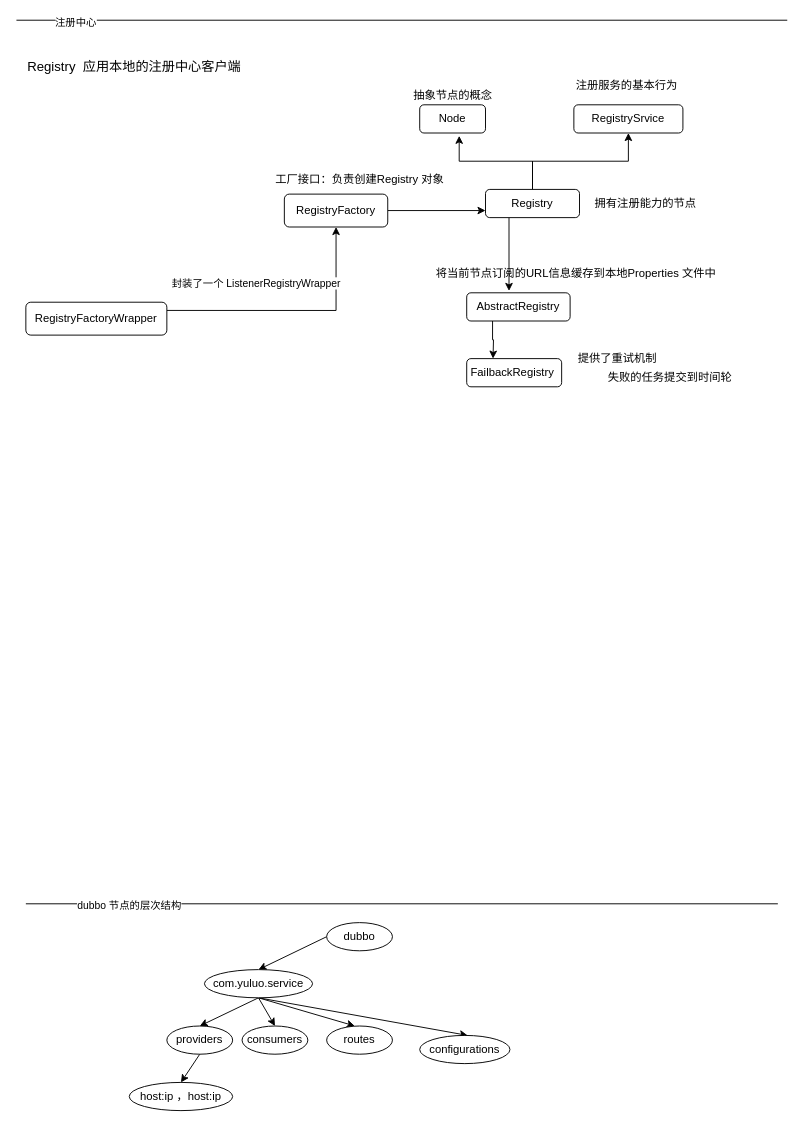
Earlier version of the draw.io diagram dubbo.drawio (topyuluo/photo-project). Source tidied: cells renumbered, new cells numbered last; positions are measured from the earlier drawing's top-left corner, leaving out a move shared by most shapes. Both pictures are drawn from the tidied source at 94%, with x=0, y=0 at pixel (16, 20).
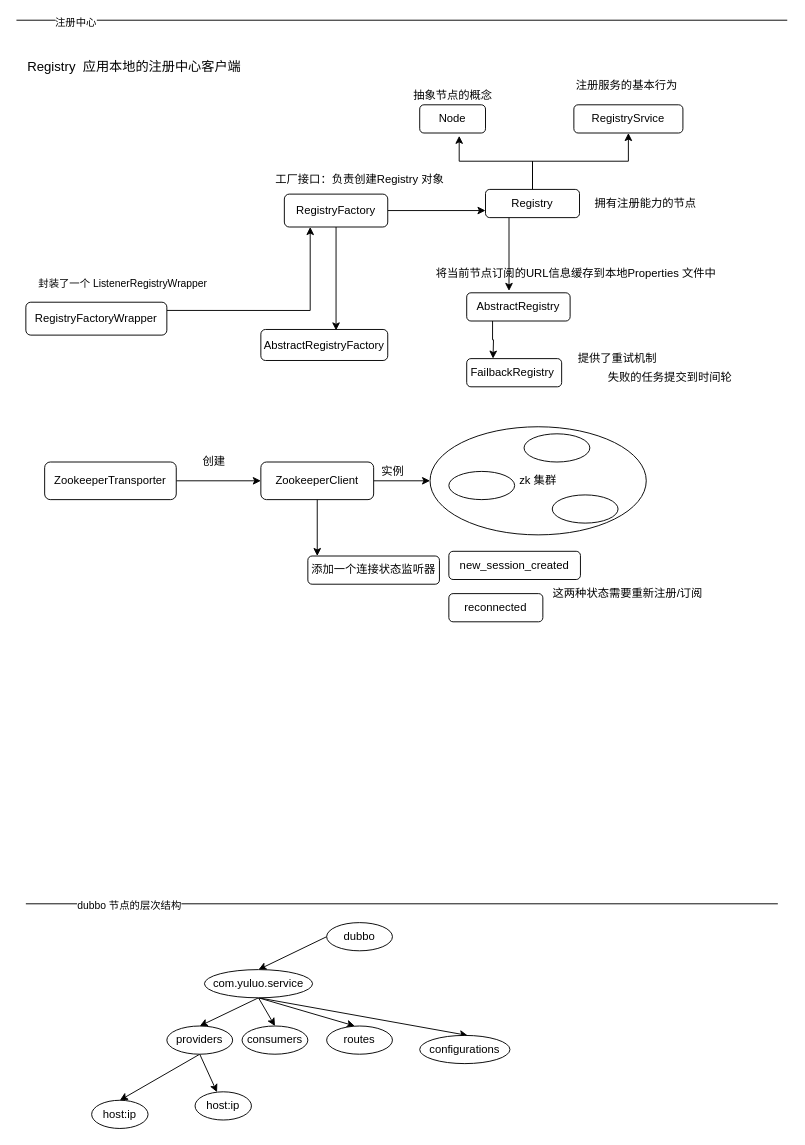
The same page after the edit.

Unchanged cells that the change refers to:
```xml
<mxCell id="15" value="RegistryFactory" style="rounded=1;whiteSpace=wrap;html=1;" parent="1" vertex="1">
  <mxGeometry x="285" y="185" width="110" height="35" as="geometry" />
</mxCell>
<mxCell id="19" value="RegistryFactoryWrapper" style="rounded=1;whiteSpace=wrap;html=1;" parent="1" vertex="1">
  <mxGeometry x="10" y="300" width="150" height="35" as="geometry" />
</mxCell>
<mxCell id="36" value="providers" style="ellipse;whiteSpace=wrap;html=1;" parent="1" vertex="1">
  <mxGeometry x="160" y="1070" width="70" height="30" as="geometry" />
</mxCell>
```

What changed in the source:
```diff
@@
+    <mxCell id="41" value="zk 集群" style="ellipse;whiteSpace=wrap;html=1;" parent="1" vertex="1">
+      <mxGeometry x="440" y="432.5" width="230" height="115" as="geometry" />
+    </mxCell>
@@
+    <mxCell id="42" style="edgeStyle=none;rounded=0;jettySize=auto;html=1;exitX=0.5;exitY=1;exitDx=0;exitDy=0;" parent="1" edge="1" source="15">
+      <mxGeometry relative="1" as="geometry">
+        <mxPoint x="340" y="330" as="targetPoint" />
+      </mxGeometry>
+    </mxCell>
@@
-    <mxCell id="17" style="edgeStyle=orthogonalEdgeStyle;rounded=0;jettySize=auto;html=1;exitX=1;exitY=0.25;exitDx=0;exitDy=0;entryX=0.5;entryY=1;entryDx=0;entryDy=0;" parent="1" edge="1" source="19" target="15">
+    <mxCell id="17" style="edgeStyle=orthogonalEdgeStyle;rounded=0;jettySize=auto;html=1;exitX=1;exitY=0.25;exitDx=0;exitDy=0;entryX=0.25;entryY=1;entryDx=0;entryDy=0;" parent="1" edge="1" source="19" target="15">
       <mxGeometry relative="1" as="geometry" />
     </mxCell>
     <mxCell id="18" value="封装了一个 ListenerRegistryWrapper" style="edgeLabel;html=1;align=center;verticalAlign=middle;" parent="17" vertex="1">
       <mxGeometry x="-0.11" y="1" relative="1" as="geometry">
-        <mxPoint x="-26" y="-28" as="offset" />
+        <mxPoint x="-155" y="-28" as="offset" />
       </mxGeometry>
     </mxCell>
@@
+    <mxCell id="43" style="edgeStyle=none;rounded=0;jettySize=auto;html=1;exitX=0.5;exitY=1;exitDx=0;exitDy=0;" parent="1" edge="1" source="36" target="59">
+      <mxGeometry relative="1" as="geometry" />
+    </mxCell>
@@
-    <mxCell id="38" value="host:ip ，host:ip" style="ellipse;whiteSpace=wrap;html=1;" parent="1" vertex="1">
-      <mxGeometry x="120" y="1130" width="110" height="30" as="geometry" />
+    <mxCell id="38" value="host:ip" style="ellipse;whiteSpace=wrap;html=1;" parent="1" vertex="1">
+      <mxGeometry x="80" y="1149" width="60" height="30" as="geometry" />
     </mxCell>
@@
+    <mxCell id="44" value="AbstractRegistryFactory" style="rounded=1;whiteSpace=wrap;html=1;" parent="1" vertex="1">
+      <mxGeometry x="260" y="329" width="135" height="33" as="geometry" />
+    </mxCell>
+    <mxCell id="45" style="edgeStyle=none;rounded=0;jettySize=auto;html=1;exitX=1;exitY=0.5;exitDx=0;exitDy=0;" parent="1" edge="1" source="46">
+      <mxGeometry relative="1" as="geometry">
+        <mxPoint x="260" y="490" as="targetPoint" />
+      </mxGeometry>
+    </mxCell>
+    <mxCell id="46" value="ZookeeperTransporter" style="rounded=1;whiteSpace=wrap;html=1;" parent="1" vertex="1">
+      <mxGeometry x="30" y="470" width="140" height="40" as="geometry" />
+    </mxCell>
+    <mxCell id="47" style="edgeStyle=none;rounded=0;jettySize=auto;html=1;exitX=1;exitY=0.5;exitDx=0;exitDy=0;" parent="1" edge="1" source="49">
+      <mxGeometry relative="1" as="geometry">
+        <mxPoint x="440" y="490" as="targetPoint" />
+      </mxGeometry>
+    </mxCell>
+    <mxCell id="48" style="edgeStyle=none;rounded=0;jettySize=auto;html=1;exitX=0.5;exitY=1;exitDx=0;exitDy=0;" parent="1" edge="1" source="49">
+      <mxGeometry relative="1" as="geometry">
+        <mxPoint x="320" y="570" as="targetPoint" />
+      </mxGeometry>
+    </mxCell>
+    <mxCell id="49" value="ZookeeperClient" style="rounded=1;whiteSpace=wrap;html=1;" parent="1" vertex="1">
+      <mxGeometry x="260" y="470" width="120" height="40" as="geometry" />
+    </mxCell>
+    <mxCell id="50" value="创建" style="text;html=1;align=center;verticalAlign=middle;strokeColor=none;" parent="1" vertex="1">
+      <mxGeometry x="190" y="460" width="40" height="20" as="geometry" />
+    </mxCell>
+    <mxCell id="51" value="实例" style="text;html=1;align=center;verticalAlign=middle;strokeColor=none;" parent="1" vertex="1">
+      <mxGeometry x="380" y="470" width="40" height="20" as="geometry" />
+    </mxCell>
+    <mxCell id="52" style="ellipse;whiteSpace=wrap;html=1;" parent="1" vertex="1">
+      <mxGeometry x="460" y="480" width="70" height="30" as="geometry" />
+    </mxCell>
+    <mxCell id="53" style="ellipse;whiteSpace=wrap;html=1;" parent="1" vertex="1">
+      <mxGeometry x="540" y="440" width="70" height="30" as="geometry" />
+    </mxCell>
+    <mxCell id="54" style="ellipse;whiteSpace=wrap;html=1;" parent="1" vertex="1">
+      <mxGeometry x="570" y="505" width="70" height="30" as="geometry" />
+    </mxCell>
+    <mxCell id="55" value="添加一个连接状态监听器" style="rounded=1;whiteSpace=wrap;html=1;" parent="1" vertex="1">
+      <mxGeometry x="310" y="570" width="140" height="30" as="geometry" />
+    </mxCell>
+    <mxCell id="56" value="reconnected" style="rounded=1;whiteSpace=wrap;html=1;" parent="1" vertex="1">
+      <mxGeometry x="460" y="610" width="100" height="30" as="geometry" />
+    </mxCell>
+    <mxCell id="57" value="new_session_created" style="rounded=1;whiteSpace=wrap;html=1;" parent="1" vertex="1">
+      <mxGeometry x="460" y="565" width="140" height="30" as="geometry" />
+    </mxCell>
+    <mxCell id="58" value="这两种状态需要重新注册/订阅" style="text;html=1;align=center;verticalAlign=middle;strokeColor=none;" parent="1" vertex="1">
+      <mxGeometry x="565" y="600" width="170" height="20" as="geometry" />
+    </mxCell>
+    <mxCell id="59" value="host:ip" style="ellipse;whiteSpace=wrap;html=1;" parent="1" vertex="1">
+      <mxGeometry x="190" y="1140" width="60" height="30" as="geometry" />
+    </mxCell>
```
